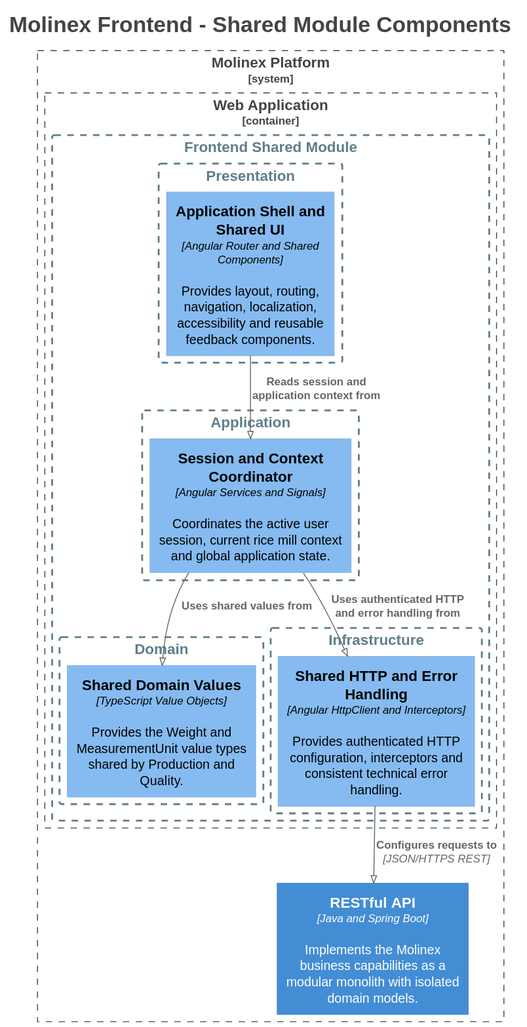
The PlantUML diagram assets/Images Chapter 4/Domain-Driven Software Architecture/C4 Model/frontend-shared-module-component-diagram.svg in Vanguard-app-web/molinex-report, before a commit. Source of this version:
```plantuml
@startuml
!pragma layout smetana
title <size:24>Molinex Frontend - Shared Module Components</size>

set separator none
top to bottom direction

<style>
  root {
    BackgroundColor: #ffffff
    FontColor: #444444
  }
</style>

!include <C4/C4>
!include <C4/C4_Context>
!include <C4/C4_Container>
!include <C4/C4_Component>

System_Boundary("MolinexPlatform_boundary", "Molinex Platform", $tags="") {
  Container_Boundary("MolinexPlatform.WebApplication_boundary", "Web Application", $tags="") {
    AddBoundaryTag("Frontend Shared Module", $borderColor="#607d8b", $fontColor="#607d8b", $borderStyle="dashed", $borderThickness="2")
    Boundary(group_1, "Frontend Shared Module", $tags="Frontend Shared Module") {
        AddBoundaryTag("Frontend Shared Module/Application", $borderColor="#607d8b", $fontColor="#607d8b", $borderStyle="dashed", $borderThickness="2")
        Boundary(group_2, "Application", $tags="Frontend Shared Module/Application") {
          Component(MolinexPlatform.WebApplication.SessionandContextCoordinator, "Session and Context Coordinator", $techn="Angular Services and Signals", $descr="Coordinates the active user session, current rice mill context and global application state.", $tags="", $link="")
        }

        AddBoundaryTag("Frontend Shared Module/Domain", $borderColor="#607d8b", $fontColor="#607d8b", $borderStyle="dashed", $borderThickness="2")
        Boundary(group_3, "Domain", $tags="Frontend Shared Module/Domain") {
          Component(MolinexPlatform.WebApplication.SharedDomainValues, "Shared Domain Values", $techn="TypeScript Value Objects", $descr="Provides the Weight and MeasurementUnit value types shared by Production and Quality.", $tags="", $link="")
        }

        AddBoundaryTag("Frontend Shared Module/Infrastructure", $borderColor="#607d8b", $fontColor="#607d8b", $borderStyle="dashed", $borderThickness="2")
        Boundary(group_4, "Infrastructure", $tags="Frontend Shared Module/Infrastructure") {
          Component(MolinexPlatform.WebApplication.SharedHTTPandErrorHandling, "Shared HTTP and Error Handling", $techn="Angular HttpClient and Interceptors", $descr="Provides authenticated HTTP configuration, interceptors and consistent technical error handling.", $tags="", $link="")
        }

        AddBoundaryTag("Frontend Shared Module/Presentation", $borderColor="#607d8b", $fontColor="#607d8b", $borderStyle="dashed", $borderThickness="2")
        Boundary(group_5, "Presentation", $tags="Frontend Shared Module/Presentation") {
          Component(MolinexPlatform.WebApplication.ApplicationShellandSharedUI, "Application Shell and Shared UI", $techn="Angular Router and Shared Components", $descr="Provides layout, routing, navigation, localization, accessibility and reusable feedback components.", $tags="", $link="")
        }

    }

  }

  Container(MolinexPlatform.RESTfulAPI, "RESTful API", $techn="Java and Spring Boot", $descr="Implements the Molinex business capabilities as a modular monolith with isolated domain models.", $tags="", $link="")
}

Rel(MolinexPlatform.WebApplication.ApplicationShellandSharedUI, MolinexPlatform.WebApplication.SessionandContextCoordinator, "Reads session and application context from", $techn="", $tags="", $link="")
Rel(MolinexPlatform.WebApplication.SessionandContextCoordinator, MolinexPlatform.WebApplication.SharedDomainValues, "Uses shared values from", $techn="", $tags="", $link="")
Rel(MolinexPlatform.WebApplication.SessionandContextCoordinator, MolinexPlatform.WebApplication.SharedHTTPandErrorHandling, "Uses authenticated HTTP and error handling from", $techn="", $tags="", $link="")
Rel(MolinexPlatform.WebApplication.SharedHTTPandErrorHandling, MolinexPlatform.RESTfulAPI, "Configures requests to", $techn="JSON/HTTPS REST", $tags="", $link="")

hide stereotypes
@enduml
```
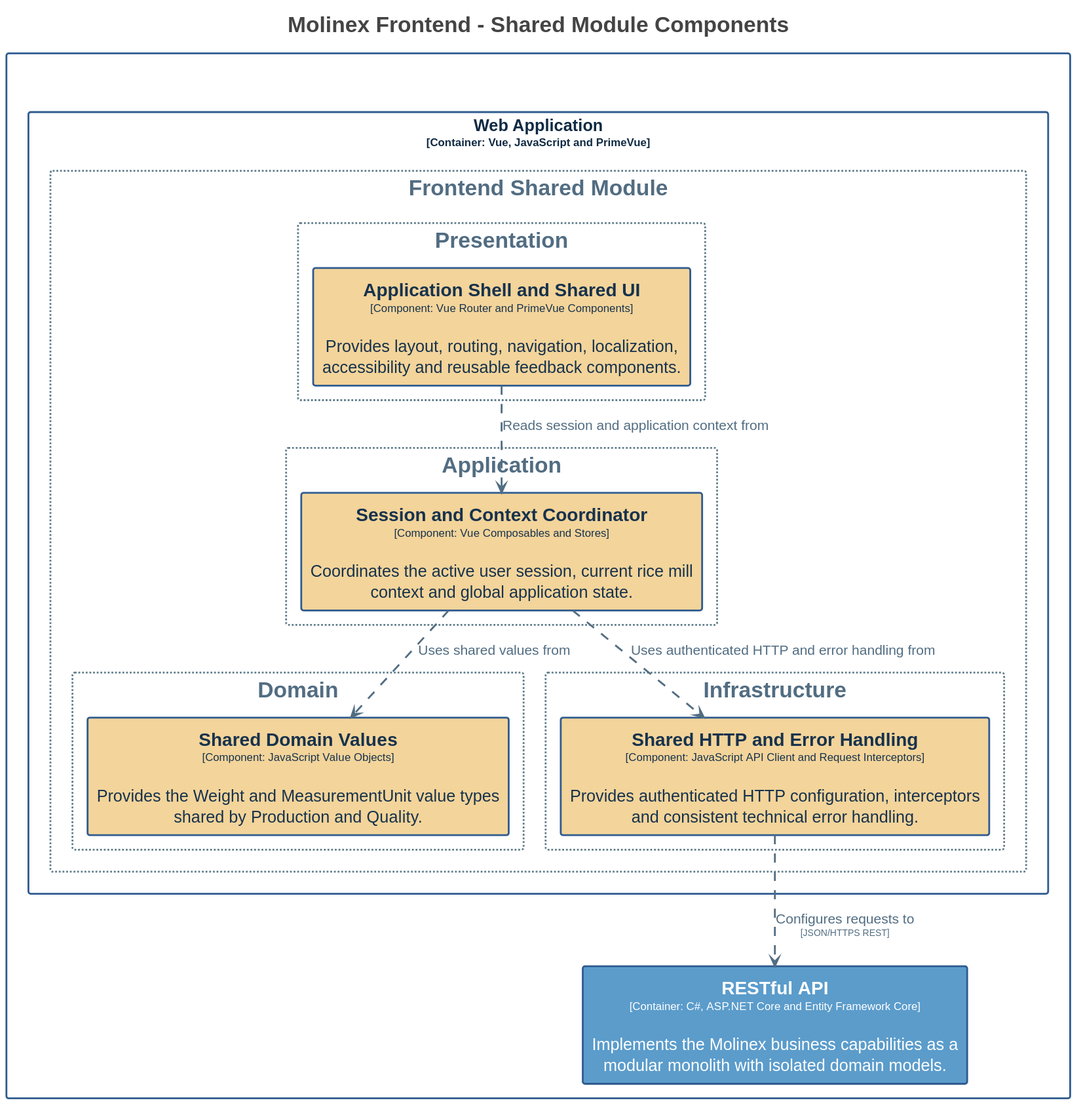
After the commit.

Diff of the diagram source:
```diff
@@ -1,57 +1,192 @@
 @startuml
-!pragma layout smetana
 title <size:24>Molinex Frontend - Shared Module Components</size>
 
 set separator none
 top to bottom direction
+skinparam ranksep 60
+skinparam nodesep 30
+hide stereotype
 
 <style>
   root {
-    BackgroundColor: #ffffff
-    FontColor: #444444
+    BackgroundColor: #ffffff;
+    FontColor: #444444;
+  }
+  // Element,Component,Frontend Application,Frontend Shared
+  .Element-RWxlbWVudCxDb21wb25lbnQsRnJvbnRlbmQgQXBwbGljYXRpb24sRnJvbnRlbmQgU2hhcmVk {
+    BackgroundColor: #f3d49a;
+    LineColor: #2f5b8f;
+    LineStyle: 0;
+    LineThickness: 2;
+    FontColor: #17324d;
+    FontSize: 18;
+    HorizontalAlignment: center;
+    Shadowing: 0;
+    MaximumWidth: 450;
+  }
+  // Element,Component,Frontend Domain,Frontend Shared
+  .Element-RWxlbWVudCxDb21wb25lbnQsRnJvbnRlbmQgRG9tYWluLEZyb250ZW5kIFNoYXJlZA== {
+    BackgroundColor: #f3d49a;
+    LineColor: #2f5b8f;
+    LineStyle: 0;
+    LineThickness: 2;
+    FontColor: #17324d;
+    FontSize: 18;
+    HorizontalAlignment: center;
+    Shadowing: 0;
+    MaximumWidth: 450;
+  }
+  // Element,Component,Frontend Infrastructure,Frontend Shared
+  .Element-RWxlbWVudCxDb21wb25lbnQsRnJvbnRlbmQgSW5mcmFzdHJ1Y3R1cmUsRnJvbnRlbmQgU2hhcmVk {
+    BackgroundColor: #f3d49a;
+    LineColor: #2f5b8f;
+    LineStyle: 0;
+    LineThickness: 2;
+    FontColor: #17324d;
+    FontSize: 18;
+    HorizontalAlignment: center;
+    Shadowing: 0;
+    MaximumWidth: 450;
+  }
+  // Element,Component,Frontend Presentation,Frontend Shared
+  .Element-RWxlbWVudCxDb21wb25lbnQsRnJvbnRlbmQgUHJlc2VudGF0aW9uLEZyb250ZW5kIFNoYXJlZA== {
+    BackgroundColor: #f3d49a;
+    LineColor: #2f5b8f;
+    LineStyle: 0;
+    LineThickness: 2;
+    FontColor: #17324d;
+    FontSize: 18;
+    HorizontalAlignment: center;
+    Shadowing: 0;
+    MaximumWidth: 450;
+  }
+  // Element,Container,Backend Application
+  .Element-RWxlbWVudCxDb250YWluZXIsQmFja2VuZCBBcHBsaWNhdGlvbg== {
+    BackgroundColor: #5b9ccb;
+    LineColor: #2f5b8f;
+    LineStyle: 0;
+    LineThickness: 2;
+    FontColor: #ffffff;
+    FontSize: 18;
+    HorizontalAlignment: center;
+    Shadowing: 0;
+    MaximumWidth: 450;
+  }
+  // Relationship
+  .Relationship-UmVsYXRpb25zaGlw {
+    LineThickness: 2;
+    LineStyle: 10-10;
+    LineColor: #526d82;
+    FontColor: #526d82;
+    FontSize: 15;
+  }
+  // Molinex Platform
+  .Boundary-TW9saW5leCBQbGF0Zm9ybQ== {
+    BackgroundColor: #ffffff;
+    LineColor: #2f5b8f;
+    LineStyle: 0;
+    LineThickness: 2;
+    FontColor: #ffffff;
+    FontSize: 18;
+    HorizontalAlignment: center;
+    Shadowing: 0;
+  }
+  // Web Application
+  .Boundary-V2ViIEFwcGxpY2F0aW9u {
+    BackgroundColor: #ffffff;
+    LineColor: #2f5b8f;
+    LineStyle: 0;
+    LineThickness: 2;
+    FontColor: #102a43;
+    FontSize: 18;
+    HorizontalAlignment: center;
+    Shadowing: 0;
+  }
+  // Frontend Shared Module
+  .Group-RnJvbnRlbmQgU2hhcmVkIE1vZHVsZQ== {
+    BackgroundColor: #ffffff;
+    LineColor: #607d8b;
+    LineStyle: 2-2;
+    LineThickness: 2;
+    FontColor: #526d82;
+    FontSize: 24;
+    HorizontalAlignment: center;
+    Shadowing: 0;
+  }
+  // Frontend Shared Module/Application
+  .Group-RnJvbnRlbmQgU2hhcmVkIE1vZHVsZS9BcHBsaWNhdGlvbg== {
+    BackgroundColor: #ffffff;
+    LineColor: #607d8b;
+    LineStyle: 2-2;
+    LineThickness: 2;
+    FontColor: #526d82;
+    FontSize: 24;
+    HorizontalAlignment: center;
+    Shadowing: 0;
+  }
+  // Frontend Shared Module/Domain
+  .Group-RnJvbnRlbmQgU2hhcmVkIE1vZHVsZS9Eb21haW4= {
+    BackgroundColor: #ffffff;
+    LineColor: #607d8b;
+    LineStyle: 2-2;
+    LineThickness: 2;
+    FontColor: #526d82;
+    FontSize: 24;
+    HorizontalAlignment: center;
+    Shadowing: 0;
+  }
+  // Frontend Shared Module/Infrastructure
+  .Group-RnJvbnRlbmQgU2hhcmVkIE1vZHVsZS9JbmZyYXN0cnVjdHVyZQ== {
+    BackgroundColor: #ffffff;
+    LineColor: #607d8b;
+    LineStyle: 2-2;
+    LineThickness: 2;
+    FontColor: #526d82;
+    FontSize: 24;
+    HorizontalAlignment: center;
+    Shadowing: 0;
+  }
+  // Frontend Shared Module/Presentation
+  .Group-RnJvbnRlbmQgU2hhcmVkIE1vZHVsZS9QcmVzZW50YXRpb24= {
+    BackgroundColor: #ffffff;
+    LineColor: #607d8b;
+    LineStyle: 2-2;
+    LineThickness: 2;
+    FontColor: #526d82;
+    FontSize: 24;
+    HorizontalAlignment: center;
+    Shadowing: 0;
   }
 </style>
 
-!include <C4/C4>
-!include <C4/C4_Context>
-!include <C4/C4_Container>
-!include <C4/C4_Component>
-
-System_Boundary("MolinexPlatform_boundary", "Molinex Platform", $tags="") {
-  Container_Boundary("MolinexPlatform.WebApplication_boundary", "Web Application", $tags="") {
-    AddBoundaryTag("Frontend Shared Module", $borderColor="#607d8b", $fontColor="#607d8b", $borderStyle="dashed", $borderThickness="2")
-    Boundary(group_1, "Frontend Shared Module", $tags="Frontend Shared Module") {
-        AddBoundaryTag("Frontend Shared Module/Application", $borderColor="#607d8b", $fontColor="#607d8b", $borderStyle="dashed", $borderThickness="2")
-        Boundary(group_2, "Application", $tags="Frontend Shared Module/Application") {
-          Component(MolinexPlatform.WebApplication.SessionandContextCoordinator, "Session and Context Coordinator", $techn="Angular Services and Signals", $descr="Coordinates the active user session, current rice mill context and global application state.", $tags="", $link="")
+rectangle "Molinex Platform\n<size:12>[Software System]</size>" <<Boundary-TW9saW5leCBQbGF0Zm9ybQ==>> {
+  rectangle "Web Application\n<size:12>[Container: Vue, JavaScript and PrimeVue]</size>" <<Boundary-V2ViIEFwcGxpY2F0aW9u>> {
+    rectangle "Frontend Shared Module" <<Group-RnJvbnRlbmQgU2hhcmVkIE1vZHVsZQ==>> as groupRnJvbnRlbmQgU2hhcmVkIE1vZHVsZQ== {
+        rectangle "Application" <<Group-RnJvbnRlbmQgU2hhcmVkIE1vZHVsZS9BcHBsaWNhdGlvbg==>> as groupRnJvbnRlbmQgU2hhcmVkIE1vZHVsZS9BcHBsaWNhdGlvbg== {
+          rectangle "==Session and Context Coordinator\n<size:12>[Component: Vue Composables and Stores]</size>\n\nCoordinates the active user session, current rice mill context and global application state." <<Element-RWxlbWVudCxDb21wb25lbnQsRnJvbnRlbmQgQXBwbGljYXRpb24sRnJvbnRlbmQgU2hhcmVk>> as MolinexPlatform.WebApplication.SessionandContextCoordinator
         }
 
-        AddBoundaryTag("Frontend Shared Module/Domain", $borderColor="#607d8b", $fontColor="#607d8b", $borderStyle="dashed", $borderThickness="2")
-        Boundary(group_3, "Domain", $tags="Frontend Shared Module/Domain") {
-          Component(MolinexPlatform.WebApplication.SharedDomainValues, "Shared Domain Values", $techn="TypeScript Value Objects", $descr="Provides the Weight and MeasurementUnit value types shared by Production and Quality.", $tags="", $link="")
+        rectangle "Domain" <<Group-RnJvbnRlbmQgU2hhcmVkIE1vZHVsZS9Eb21haW4=>> as groupRnJvbnRlbmQgU2hhcmVkIE1vZHVsZS9Eb21haW4= {
+          rectangle "==Shared Domain Values\n<size:12>[Component: JavaScript Value Objects]</size>\n\nProvides the Weight and MeasurementUnit value types shared by Production and Quality." <<Element-RWxlbWVudCxDb21wb25lbnQsRnJvbnRlbmQgRG9tYWluLEZyb250ZW5kIFNoYXJlZA==>> as MolinexPlatform.WebApplication.SharedDomainValues
         }
 
-        AddBoundaryTag("Frontend Shared Module/Infrastructure", $borderColor="#607d8b", $fontColor="#607d8b", $borderStyle="dashed", $borderThickness="2")
-        Boundary(group_4, "Infrastructure", $tags="Frontend Shared Module/Infrastructure") {
-          Component(MolinexPlatform.WebApplication.SharedHTTPandErrorHandling, "Shared HTTP and Error Handling", $techn="Angular HttpClient and Interceptors", $descr="Provides authenticated HTTP configuration, interceptors and consistent technical error handling.", $tags="", $link="")
+        rectangle "Infrastructure" <<Group-RnJvbnRlbmQgU2hhcmVkIE1vZHVsZS9JbmZyYXN0cnVjdHVyZQ==>> as groupRnJvbnRlbmQgU2hhcmVkIE1vZHVsZS9JbmZyYXN0cnVjdHVyZQ== {
+          rectangle "==Shared HTTP and Error Handling\n<size:12>[Component: JavaScript API Client and Request Interceptors]</size>\n\nProvides authenticated HTTP configuration, interceptors and consistent technical error handling." <<Element-RWxlbWVudCxDb21wb25lbnQsRnJvbnRlbmQgSW5mcmFzdHJ1Y3R1cmUsRnJvbnRlbmQgU2hhcmVk>> as MolinexPlatform.WebApplication.SharedHTTPandErrorHandling
         }
 
-        AddBoundaryTag("Frontend Shared Module/Presentation", $borderColor="#607d8b", $fontColor="#607d8b", $borderStyle="dashed", $borderThickness="2")
-        Boundary(group_5, "Presentation", $tags="Frontend Shared Module/Presentation") {
-          Component(MolinexPlatform.WebApplication.ApplicationShellandSharedUI, "Application Shell and Shared UI", $techn="Angular Router and Shared Components", $descr="Provides layout, routing, navigation, localization, accessibility and reusable feedback components.", $tags="", $link="")
+        rectangle "Presentation" <<Group-RnJvbnRlbmQgU2hhcmVkIE1vZHVsZS9QcmVzZW50YXRpb24=>> as groupRnJvbnRlbmQgU2hhcmVkIE1vZHVsZS9QcmVzZW50YXRpb24= {
+          rectangle "==Application Shell and Shared UI\n<size:12>[Component: Vue Router and PrimeVue Components]</size>\n\nProvides layout, routing, navigation, localization, accessibility and reusable feedback components." <<Element-RWxlbWVudCxDb21wb25lbnQsRnJvbnRlbmQgUHJlc2VudGF0aW9uLEZyb250ZW5kIFNoYXJlZA==>> as MolinexPlatform.WebApplication.ApplicationShellandSharedUI
         }
 
     }
 
   }
 
-  Container(MolinexPlatform.RESTfulAPI, "RESTful API", $techn="Java and Spring Boot", $descr="Implements the Molinex business capabilities as a modular monolith with isolated domain models.", $tags="", $link="")
+  rectangle "==RESTful API\n<size:12>[Container: C#, ASP.NET Core and Entity Framework Core]</size>\n\nImplements the Molinex business capabilities as a modular monolith with isolated domain models." <<Element-RWxlbWVudCxDb250YWluZXIsQmFja2VuZCBBcHBsaWNhdGlvbg==>> as MolinexPlatform.RESTfulAPI
 }
 
-Rel(MolinexPlatform.WebApplication.ApplicationShellandSharedUI, MolinexPlatform.WebApplication.SessionandContextCoordinator, "Reads session and application context from", $techn="", $tags="", $link="")
-Rel(MolinexPlatform.WebApplication.SessionandContextCoordinator, MolinexPlatform.WebApplication.SharedDomainValues, "Uses shared values from", $techn="", $tags="", $link="")
-Rel(MolinexPlatform.WebApplication.SessionandContextCoordinator, MolinexPlatform.WebApplication.SharedHTTPandErrorHandling, "Uses authenticated HTTP and error handling from", $techn="", $tags="", $link="")
-Rel(MolinexPlatform.WebApplication.SharedHTTPandErrorHandling, MolinexPlatform.RESTfulAPI, "Configures requests to", $techn="JSON/HTTPS REST", $tags="", $link="")
-
-hide stereotypes
+MolinexPlatform.WebApplication.ApplicationShellandSharedUI --> MolinexPlatform.WebApplication.SessionandContextCoordinator <<Relationship-UmVsYXRpb25zaGlw>> : "Reads session and application context from"
+MolinexPlatform.WebApplication.SessionandContextCoordinator --> MolinexPlatform.WebApplication.SharedDomainValues <<Relationship-UmVsYXRpb25zaGlw>> : "Uses shared values from"
+MolinexPlatform.WebApplication.SessionandContextCoordinator --> MolinexPlatform.WebApplication.SharedHTTPandErrorHandling <<Relationship-UmVsYXRpb25zaGlw>> : "Uses authenticated HTTP and error handling from"
+MolinexPlatform.WebApplication.SharedHTTPandErrorHandling --> MolinexPlatform.RESTfulAPI <<Relationship-UmVsYXRpb25zaGlw>> : "Configures requests to\n<size:10>[JSON/HTTPS REST]</size>"
 @enduml
```
